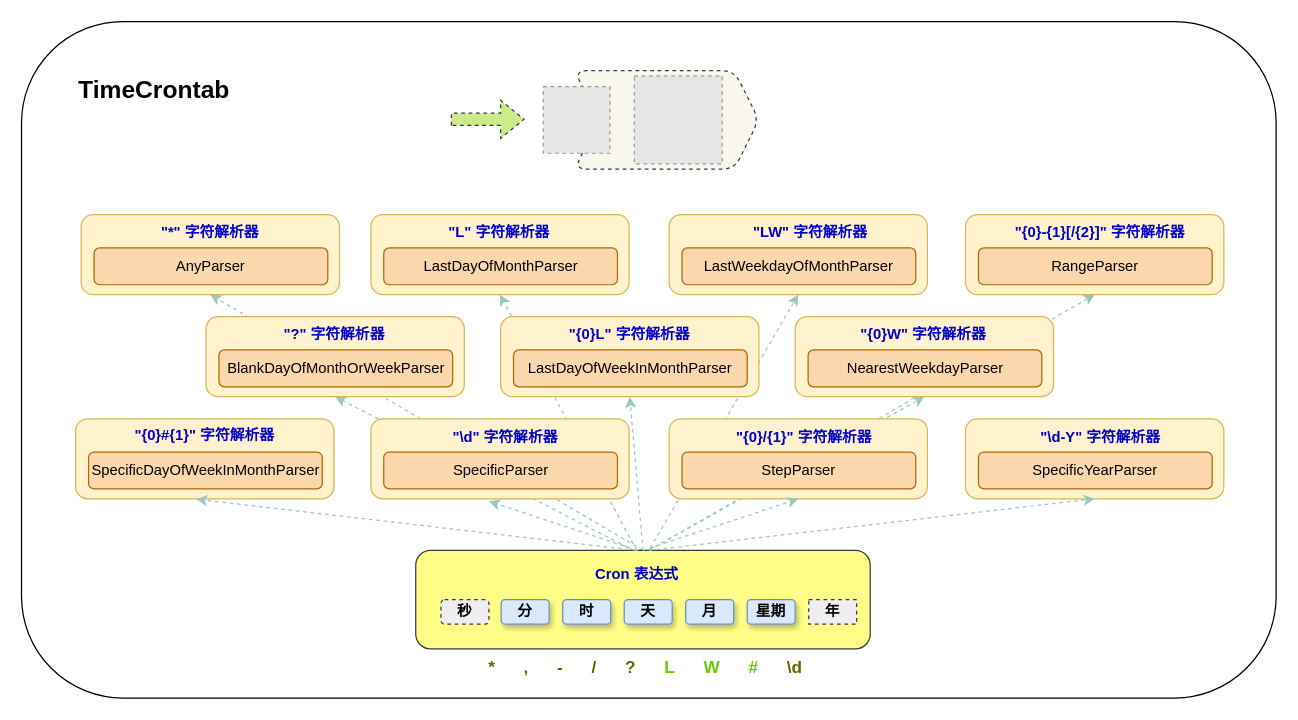
Above: drawio/TimeCrontab.drawio in MonkSoul/TimeCrontab (draw.io), before the change. Source tidied: cells renumbered, new cells numbered last; positions are measured from the earlier drawing's top-left corner, leaving out a move shared by most shapes. Both pictures are drawn from the tidied source at 123%, with x=0, y=0 at pixel (21, 21). Pictures stored in the file or linked from it are replaced by grey dashed boxes.
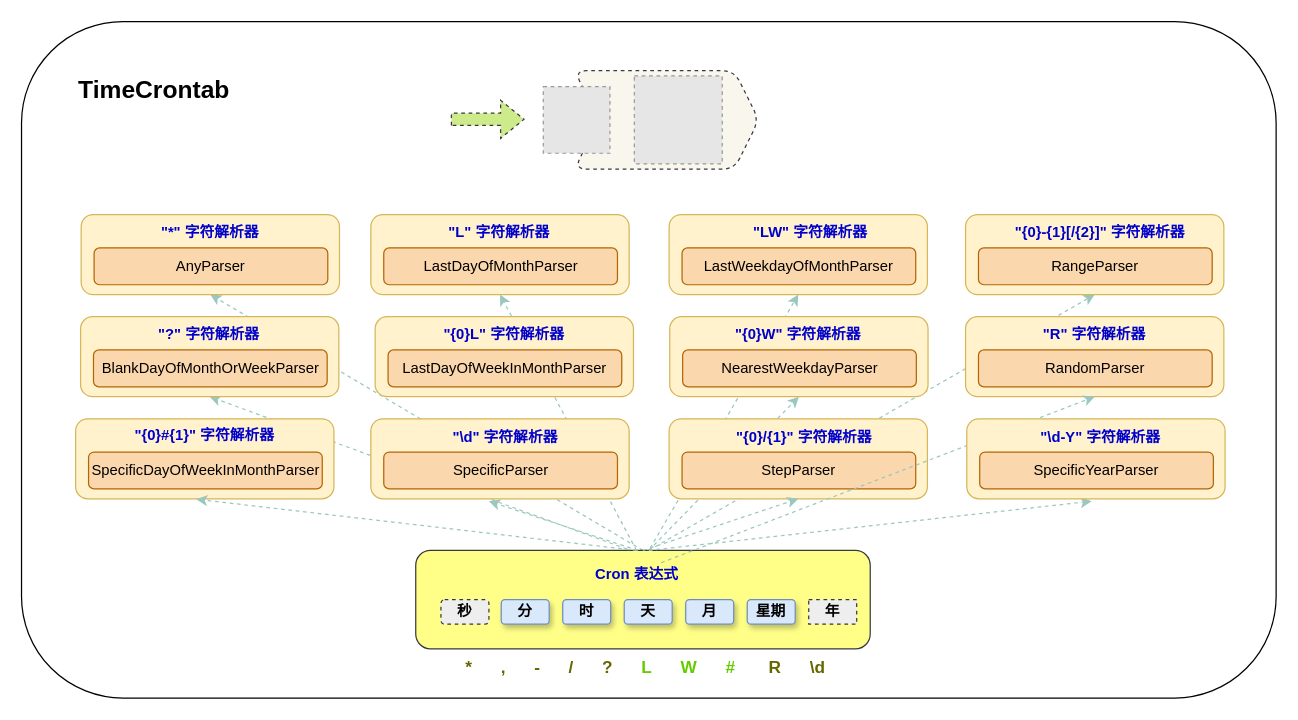
Above is the later version.

The change refers to these unchanged cells:
```xml
<mxCell id="10" style="rounded=1;whiteSpace=wrap;html=1;fillColor=#ffff88;strokeColor=#36393d;" parent="1" vertex="1">
  <mxGeometry x="320.5" y="430" width="369.5" height="80" as="geometry" />
</mxCell>
```

Change to the diagram source:
```diff
@@
+    <mxCell id="50" style="endArrow=classic;html=1;rounded=0;exitX=0.5;exitY=0;exitDx=0;exitDy=0;dashed=1;strokeColor=#9AC7BF;entryX=0.5;entryY=1;entryDx=0;entryDy=0;" parent="1" edge="1" source="10" target="27">
+      <mxGeometry relative="1" as="geometry" />
+    </mxCell>
@@
     <mxCell id="18" style="rounded=1;whiteSpace=wrap;html=1;fillColor=#fff2cc;strokeColor=#d6b656;" parent="1" vertex="1">
-      <mxGeometry x="150" y="240" width="210" height="65" as="geometry" />
+      <mxGeometry x="48" y="240" width="210" height="65" as="geometry" />
     </mxCell>
     <mxCell id="19" value="&quot;?&quot; 字符解析器" style="text;html=1;strokeColor=none;fillColor=none;align=center;verticalAlign=middle;whiteSpace=wrap;rounded=0;fontStyle=1;fontColor=#0000CC;" parent="1" vertex="1">
-      <mxGeometry x="209" y="240" width="91" height="30" as="geometry" />
+      <mxGeometry x="107" y="240" width="91" height="30" as="geometry" />
     </mxCell>
     <mxCell id="20" value="BlankDayOfMonthOrWeekParser" style="rounded=1;whiteSpace=wrap;html=1;fillColor=#fad7ac;strokeColor=#b46504;" parent="1" vertex="1">
-      <mxGeometry x="160.5" y="267" width="190" height="30" as="geometry" />
+      <mxGeometry x="58.5" y="267" width="190" height="30" as="geometry" />
     </mxCell>
@@
     <mxCell id="27" style="rounded=1;whiteSpace=wrap;html=1;fillColor=#fff2cc;strokeColor=#d6b656;" parent="1" vertex="1">
-      <mxGeometry x="389.5" y="240" width="210" height="65" as="geometry" />
+      <mxGeometry x="287.5" y="240" width="210" height="65" as="geometry" />
     </mxCell>
     <mxCell id="28" value="&quot;{0}L&quot; 字符解析器" style="text;html=1;strokeColor=none;fillColor=none;align=center;verticalAlign=middle;whiteSpace=wrap;rounded=0;fontStyle=1;fontColor=#0000CC;" parent="1" vertex="1">
-      <mxGeometry x="438.5" y="240" width="111" height="30" as="geometry" />
+      <mxGeometry x="336.5" y="240" width="111" height="30" as="geometry" />
     </mxCell>
     <mxCell id="29" value="LastDayOfWeekInMonthParser" style="rounded=1;whiteSpace=wrap;html=1;fillColor=#fad7ac;strokeColor=#b46504;" parent="1" vertex="1">
-      <mxGeometry x="400" y="267" width="190" height="30" as="geometry" />
+      <mxGeometry x="298" y="267" width="190" height="30" as="geometry" />
     </mxCell>
@@
     <mxCell id="32" style="rounded=1;whiteSpace=wrap;html=1;fillColor=#fff2cc;strokeColor=#d6b656;" parent="1" vertex="1">
-      <mxGeometry x="629" y="240" width="210" height="65" as="geometry" />
+      <mxGeometry x="527" y="240" width="210" height="65" as="geometry" />
     </mxCell>
     <mxCell id="33" value="&quot;{0}W&quot; 字符解析器" style="text;html=1;strokeColor=none;fillColor=none;align=center;verticalAlign=middle;whiteSpace=wrap;rounded=0;fontStyle=1;fontColor=#0000CC;" parent="1" vertex="1">
-      <mxGeometry x="678" y="240" width="111" height="30" as="geometry" />
+      <mxGeometry x="576" y="240" width="111" height="30" as="geometry" />
     </mxCell>
     <mxCell id="34" value="NearestWeekdayParser" style="rounded=1;whiteSpace=wrap;html=1;fillColor=#fad7ac;strokeColor=#b46504;" parent="1" vertex="1">
-      <mxGeometry x="639.5" y="267" width="190" height="30" as="geometry" />
+      <mxGeometry x="537.5" y="267" width="190" height="30" as="geometry" />
     </mxCell>
@@
-    <mxCell id="41" value="&quot;\d&quot; 字符解析器" style="text;html=1;strokeColor=none;fillColor=none;align=center;verticalAlign=middle;whiteSpace=wrap;rounded=0;fontStyle=1;fontColor=#0000CC;" parent="1" vertex="1">
-      <mxGeometry x="333" y="323" width="121" height="30" as="geometry" />
-    </mxCell>
-    <mxCell id="42" value="SpecificParser" style="rounded=1;whiteSpace=wrap;html=1;fillColor=#fad7ac;strokeColor=#b46504;" parent="1" vertex="1">
-      <mxGeometry x="294.5" y="350" width="190" height="30" as="geometry" />
-    </mxCell>
-    <mxCell id="43" style="rounded=1;whiteSpace=wrap;html=1;fillColor=#fff2cc;strokeColor=#d6b656;" parent="1" vertex="1">
-      <mxGeometry x="767.5" y="323" width="210" height="65" as="geometry" />
-    </mxCell>
-    <mxCell id="44" value="&quot;\d-Y&quot; 字符解析器" style="text;html=1;strokeColor=none;fillColor=none;align=center;verticalAlign=middle;whiteSpace=wrap;rounded=0;fontStyle=1;fontColor=#0000CC;" parent="1" vertex="1">
-      <mxGeometry x="816.5" y="323" width="121" height="30" as="geometry" />
-    </mxCell>
-    <mxCell id="45" value="SpecificYearParser" style="rounded=1;whiteSpace=wrap;html=1;fillColor=#fad7ac;strokeColor=#b46504;" parent="1" vertex="1">
-      <mxGeometry x="778" y="350" width="190" height="30" as="geometry" />
-    </mxCell>
@@
-    <mxCell id="50" style="endArrow=classic;html=1;rounded=0;exitX=0.5;exitY=0;exitDx=0;exitDy=0;dashed=1;strokeColor=#9AC7BF;entryX=0.5;entryY=1;entryDx=0;entryDy=0;" parent="1" edge="1" source="10" target="27">
-      <mxGeometry relative="1" as="geometry" />
-    </mxCell>
@@
-    <mxCell id="53" style="endArrow=classic;html=1;rounded=0;dashed=1;entryX=0.5;entryY=1;entryDx=0;entryDy=0;strokeColor=#9AC7BF;" parent="1" edge="1" target="43">
+    <mxCell id="53" style="endArrow=classic;html=1;rounded=0;dashed=1;strokeColor=#9AC7BF;" parent="1" edge="1">
       <mxGeometry relative="1" as="geometry">
         <mxPoint x="510" y="430" as="sourcePoint" />
+        <mxPoint x="870" y="390" as="targetPoint" />
       </mxGeometry>
     </mxCell>
@@
-    <mxCell id="60" value="*&amp;nbsp; &amp;nbsp; &amp;nbsp; ,&amp;nbsp; &amp;nbsp; &amp;nbsp; -&amp;nbsp; &amp;nbsp; &amp;nbsp; /&amp;nbsp; &amp;nbsp; &amp;nbsp; ?&amp;nbsp; &amp;nbsp; &amp;nbsp; &lt;font color=&quot;#66cc00&quot;&gt;L&amp;nbsp; &amp;nbsp; &amp;nbsp; W&amp;nbsp; &amp;nbsp; &amp;nbsp; #&lt;/font&gt;&amp;nbsp; &amp;nbsp; &amp;nbsp; \d" style="text;html=1;strokeColor=none;fillColor=none;align=center;verticalAlign=middle;whiteSpace=wrap;rounded=0;fontColor=#666600;spacingLeft=3;fontSize=14;fontStyle=1;shadow=0;glass=0;sketch=0;labelBackgroundColor=none;labelBorderColor=none;" parent="1" vertex="1">
+    <mxCell id="60" value="*&amp;nbsp; &amp;nbsp; &amp;nbsp; ,&amp;nbsp; &amp;nbsp; &amp;nbsp; -&amp;nbsp; &amp;nbsp; &amp;nbsp; /&amp;nbsp; &amp;nbsp; &amp;nbsp; ?&amp;nbsp; &amp;nbsp; &amp;nbsp; &lt;font color=&quot;#66cc00&quot;&gt;L&amp;nbsp; &amp;nbsp; &amp;nbsp; W&amp;nbsp; &amp;nbsp; &amp;nbsp; #&lt;/font&gt;&amp;nbsp; &amp;nbsp; &amp;nbsp; &amp;nbsp;R&amp;nbsp; &amp;nbsp; &amp;nbsp; \d" style="text;html=1;strokeColor=none;fillColor=none;align=center;verticalAlign=middle;whiteSpace=wrap;rounded=0;fontColor=#666600;spacingLeft=3;fontSize=14;fontStyle=1;shadow=0;glass=0;sketch=0;labelBackgroundColor=none;labelBorderColor=none;" parent="1" vertex="1">
       <mxGeometry x="350.5" y="510" width="309.5" height="30" as="geometry" />
     </mxCell>
@@
+    <mxCell id="62" style="rounded=1;whiteSpace=wrap;html=1;fillColor=#fff2cc;strokeColor=#d6b656;" parent="1" vertex="1">
+      <mxGeometry x="767.5" y="240" width="210" height="65" as="geometry" />
+    </mxCell>
+    <mxCell id="63" value="&quot;R&quot; 字符解析器" style="text;html=1;strokeColor=none;fillColor=none;align=center;verticalAlign=middle;whiteSpace=wrap;rounded=0;fontStyle=1;fontColor=#0000CC;" parent="1" vertex="1">
+      <mxGeometry x="816.5" y="240" width="111" height="30" as="geometry" />
+    </mxCell>
+    <mxCell id="64" value="RandomParser" style="rounded=1;whiteSpace=wrap;html=1;fillColor=#fad7ac;strokeColor=#b46504;" parent="1" vertex="1">
+      <mxGeometry x="778" y="267" width="190" height="30" as="geometry" />
+    </mxCell>
+    <mxCell id="65" style="endArrow=classic;html=1;rounded=0;dashed=1;entryX=0.5;entryY=1;entryDx=0;entryDy=0;strokeColor=#9AC7BF;" parent="1" edge="1" target="62">
+      <mxGeometry relative="1" as="geometry">
+        <mxPoint x="520" y="440" as="sourcePoint" />
+      </mxGeometry>
+    </mxCell>
+    <mxCell id="42" value="SpecificParser" style="rounded=1;whiteSpace=wrap;html=1;fillColor=#fad7ac;strokeColor=#b46504;" parent="1" vertex="1">
+      <mxGeometry x="294.5" y="350" width="190" height="30" as="geometry" />
+    </mxCell>
+    <mxCell id="41" value="&quot;\d&quot; 字符解析器" style="text;html=1;strokeColor=none;fillColor=none;align=center;verticalAlign=middle;whiteSpace=wrap;rounded=0;fontStyle=1;fontColor=#0000CC;" parent="1" vertex="1">
+      <mxGeometry x="333" y="323" width="121" height="30" as="geometry" />
+    </mxCell>
+    <mxCell id="43" style="rounded=1;whiteSpace=wrap;html=1;fillColor=#fff2cc;strokeColor=#d6b656;" parent="1" vertex="1">
+      <mxGeometry x="768.5" y="323" width="210" height="65" as="geometry" />
+    </mxCell>
+    <mxCell id="45" value="SpecificYearParser" style="rounded=1;whiteSpace=wrap;html=1;fillColor=#fad7ac;strokeColor=#b46504;" parent="1" vertex="1">
+      <mxGeometry x="779" y="350" width="190" height="30" as="geometry" />
+    </mxCell>
+    <mxCell id="44" value="&quot;\d-Y&quot; 字符解析器" style="text;html=1;strokeColor=none;fillColor=none;align=center;verticalAlign=middle;whiteSpace=wrap;rounded=0;fontStyle=1;fontColor=#0000CC;" parent="1" vertex="1">
+      <mxGeometry x="816.5" y="323" width="121" height="30" as="geometry" />
+    </mxCell>
```
